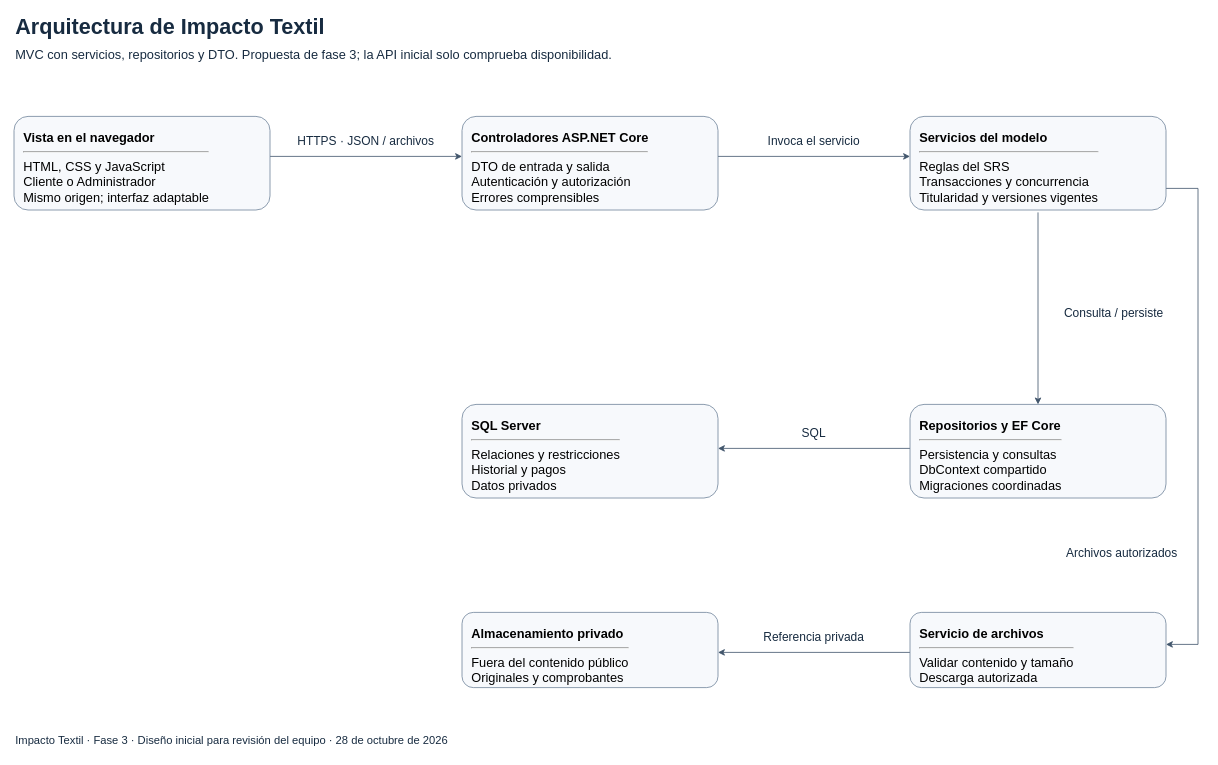
The draw.io diagram page "Arquitectura de Impacto Textil" (4 of 5) of docs/fase-3/diagramas/Impacto_Textil_Fase_3.drawio in yirardyalbertoquintero-sys/Proyecto_fase_1_ing_software, before the edit. Source tidied: cells renumbered, new cells numbered last; positions are measured from the earlier drawing's top-left corner, leaving out a move shared by most shapes. Both pictures are drawn from the tidied source at 80%, with x=0, y=0 at pixel (14, 14).
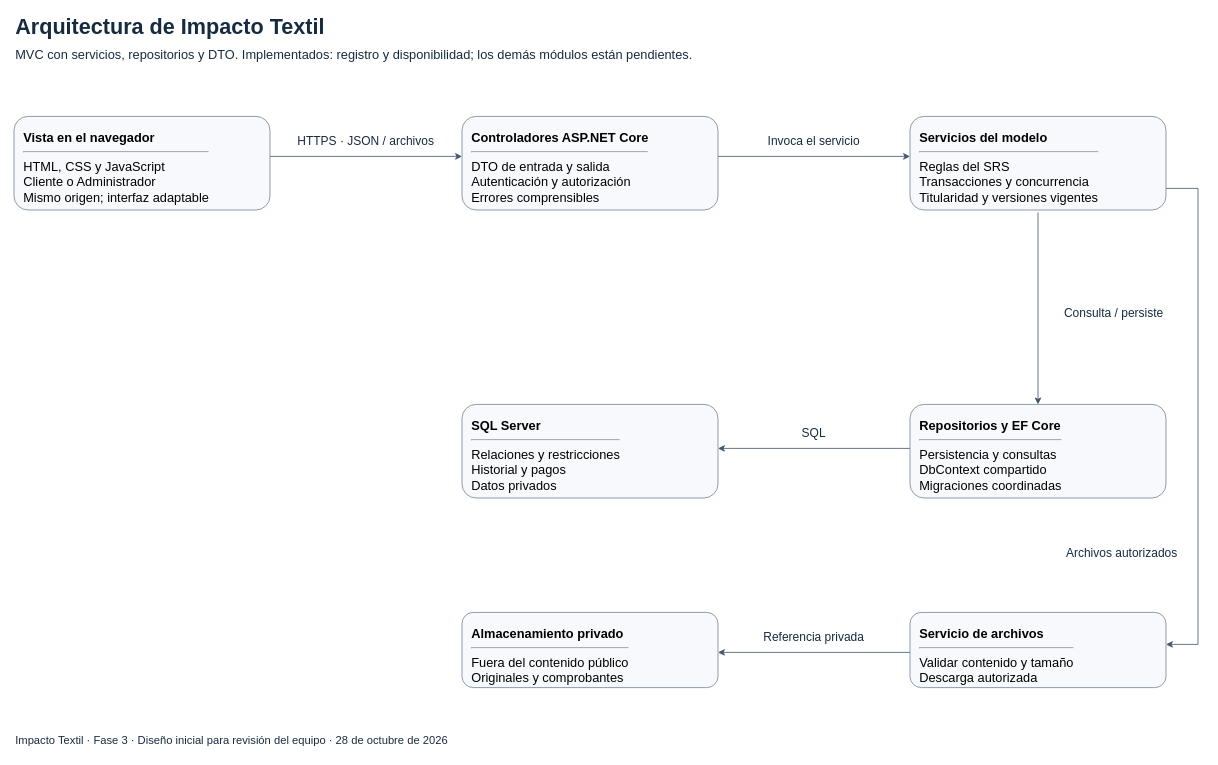
The same page after the edit.

What changed in the source:
```diff
@@
-    <mxCell id="3" value="MVC con servicios, repositorios y DTO. Propuesta de fase 3; la API inicial solo comprueba disponibilidad." style="text;html=1;whiteSpace=wrap;align=left;verticalAlign=middle;fontSize=16;fontColor=#172B40;fontStyle=0;fillColor=#FFFFFF;strokeColor=none;" parent="1" vertex="1">
+    <mxCell id="3" value="MVC con servicios, repositorios y DTO. Implementados: registro y disponibilidad; los demás módulos están pendientes." style="text;html=1;whiteSpace=wrap;align=left;verticalAlign=middle;fontSize=16;fontColor=#172B40;fontStyle=0;fillColor=#FFFFFF;strokeColor=none;" parent="1" vertex="1">
       <mxGeometry y="36" width="1480" height="30" as="geometry" />
     </mxCell>
```
